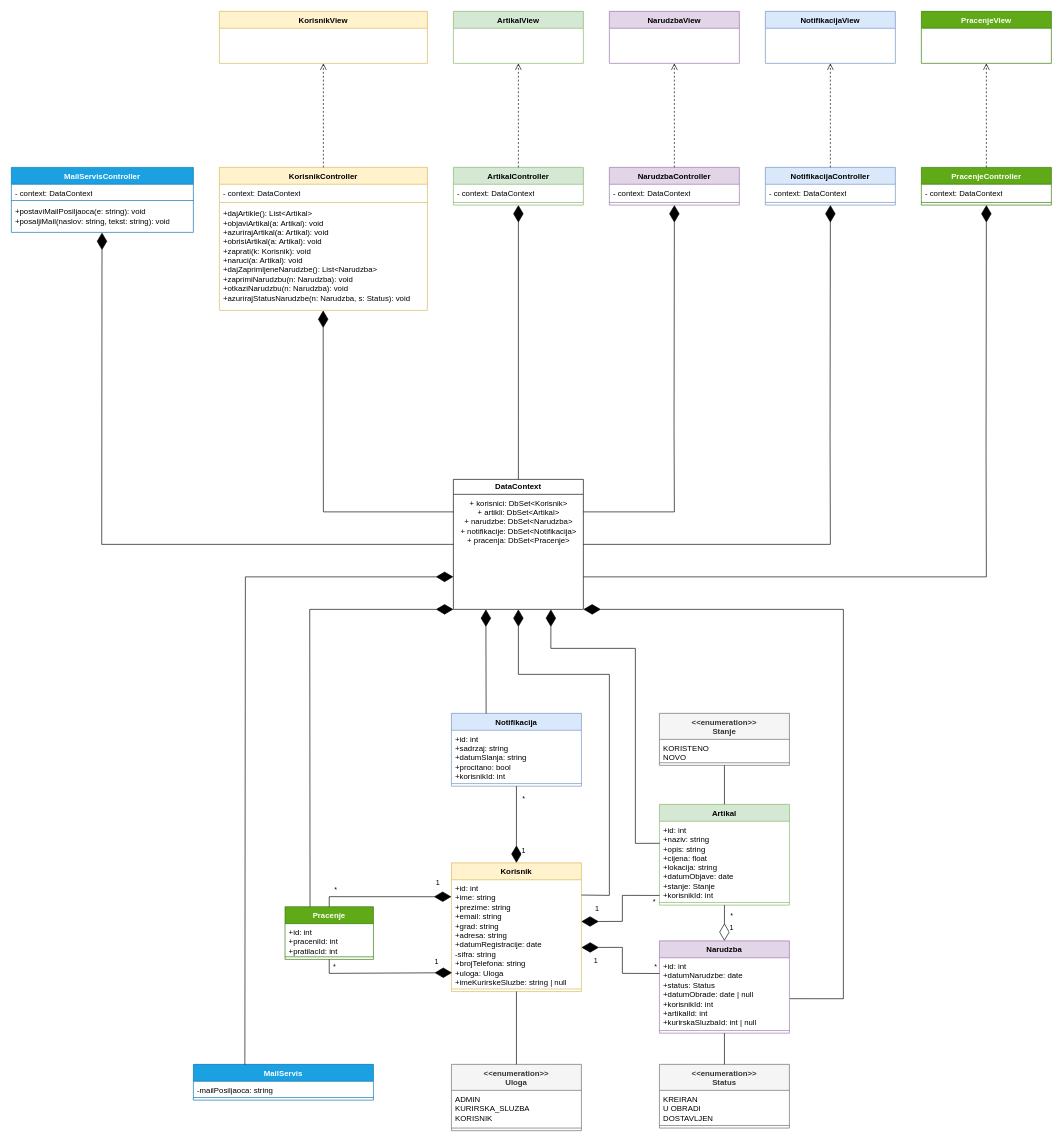
This is MVC_V2.drawio from ooad-2024-2025/Grupa1-Tim1, a draw.io file, before an edit. Source tidied: cells renumbered, new cells numbered last; positions are measured from the earlier drawing's top-left corner, leaving out a move shared by most shapes. Both pictures are drawn from the tidied source at 65%, with x=0, y=0 at pixel (11, 11).
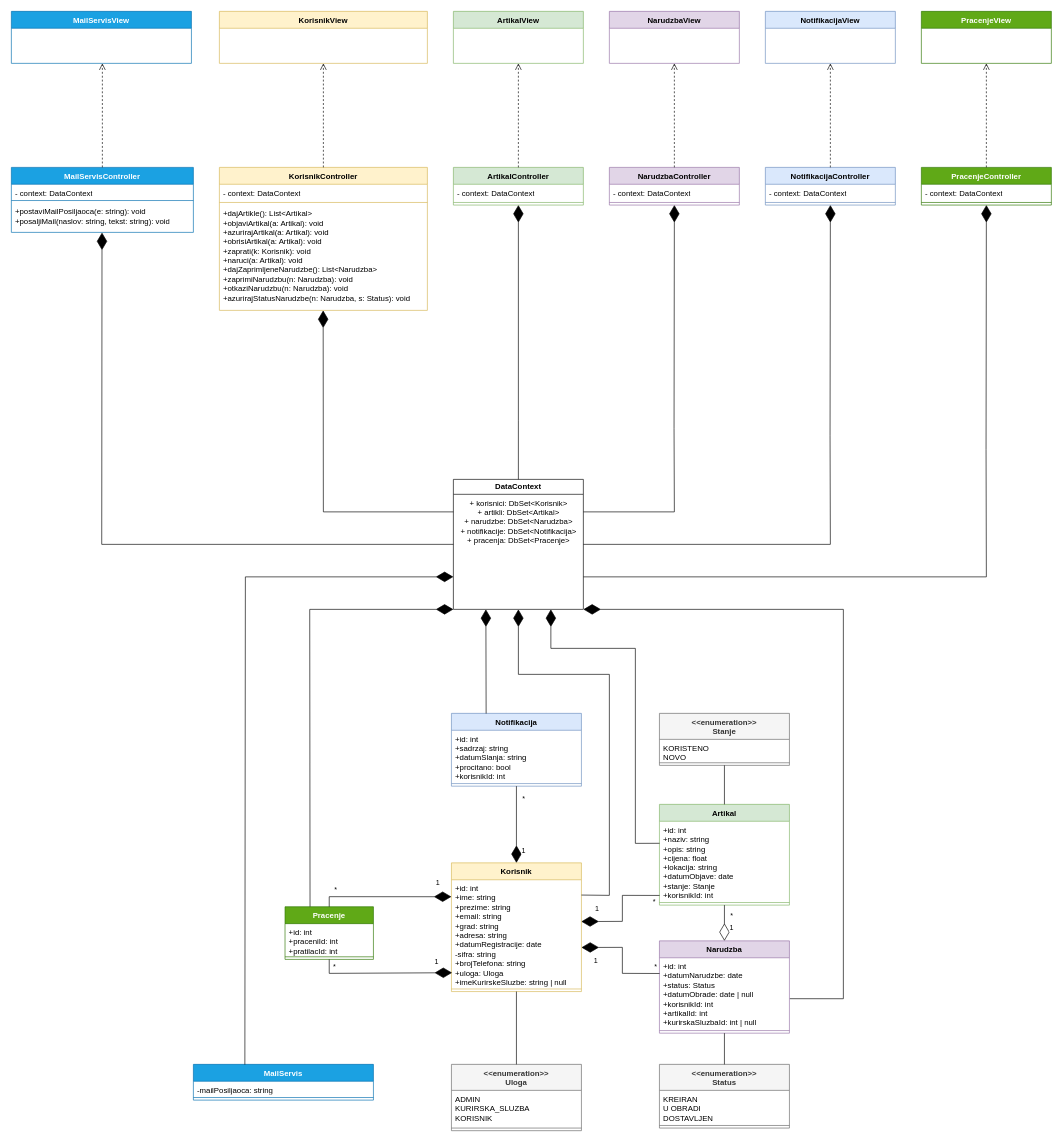
The same page after the edit.

Commit message (it also covers changes not shown here):
light mode mvca

The change refers to these unchanged cells:
```xml
<mxCell id="57" value="MailServisController" style="swimlane;fontStyle=1;align=center;verticalAlign=top;horizontal=1;startSize=26;whiteSpace=wrap;html=1;fillColor=#1ba1e2;strokeColor=#006EAF;fontColor=#ffffff;" parent="1" vertex="1">
  <mxGeometry y="240" width="280" height="100" as="geometry" />
</mxCell>
```

Diff of the diagram source:
```diff
@@
+    <mxCell id="94" value="MailServisView" style="swimlane;fontStyle=1;align=center;verticalAlign=top;horizontal=1;startSize=26;whiteSpace=wrap;html=1;fillColor=#1ba1e2;strokeColor=#006EAF;fontColor=#ffffff;" parent="1" vertex="1">
+      <mxGeometry width="277" height="80" as="geometry" />
+    </mxCell>
@@
+    <mxCell id="95" style="html=1;verticalAlign=bottom;endArrow=open;dashed=1;endSize=8;curved=0;rounded=0;exitX=0.5;exitY=0;exitDx=0;exitDy=0;" parent="1" edge="1" source="57">
+      <mxGeometry relative="1" as="geometry">
+        <mxPoint x="140" y="80" as="targetPoint" />
+      </mxGeometry>
+    </mxCell>
```
